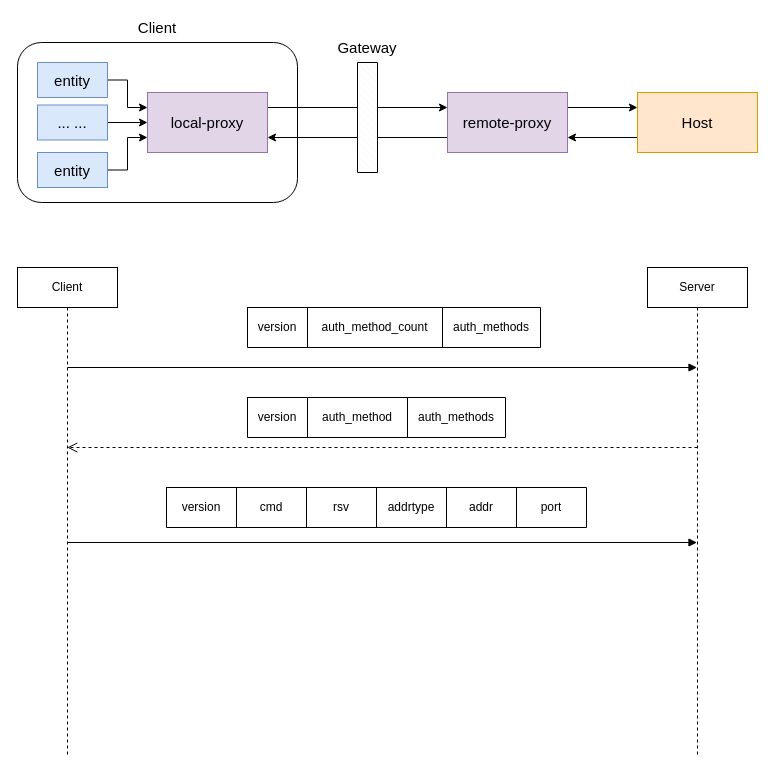
This is docs/socks5-proxy.drawio from ikey4u/relayer, a draw.io file, before an edit. Source tidied: cells renumbered, new cells numbered last; positions are measured from the earlier drawing's top-left corner, leaving out a move shared by most shapes. Both pictures are drawn from the tidied source at 100%, with x=0, y=0 at pixel (17, 17).
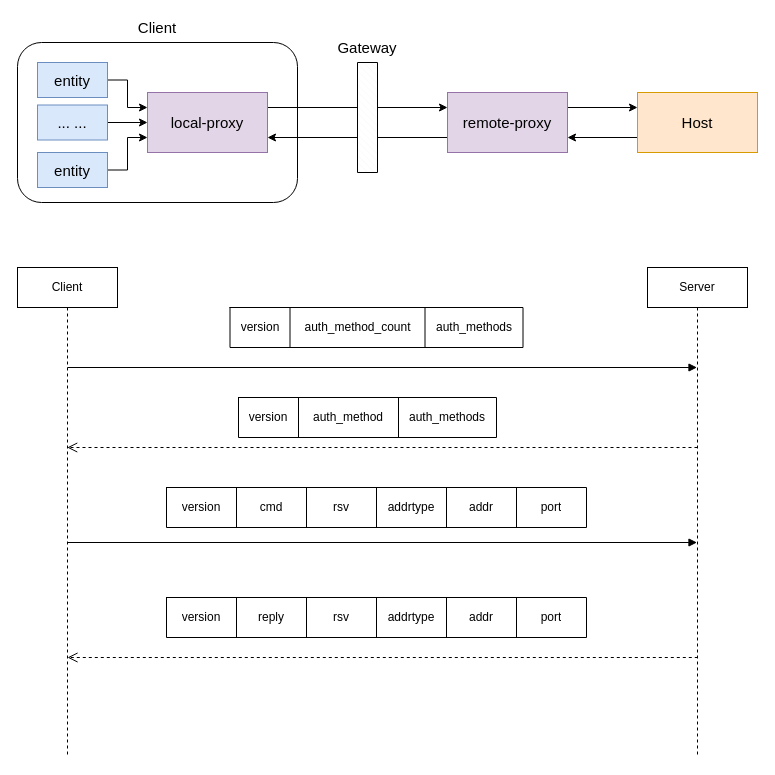
Above is the later version.

Diff of the diagram source:
```diff
@@
     <mxCell id="19" style="shape=table;html=1;whiteSpace=wrap;startSize=0;childLayout=tableLayout;fontFamily=Source Han Serif;" parent="1" vertex="1">
-      <mxGeometry x="230" y="290" width="293" height="40" as="geometry" />
+      <mxGeometry x="212.5" y="290" width="293" height="40" as="geometry" />
     </mxCell>
@@
     <mxCell id="24" style="shape=table;html=1;whiteSpace=wrap;startSize=0;childLayout=tableLayout;fontFamily=Source Han Serif;" parent="1" vertex="1">
-      <mxGeometry x="230" y="380" width="258" height="40" as="geometry" />
+      <mxGeometry x="221" y="380" width="258" height="40" as="geometry" />
     </mxCell>
@@
+    <mxCell id="42" style="shape=table;html=1;whiteSpace=wrap;startSize=0;childLayout=tableLayout;fontFamily=Source Han Serif;" parent="1" vertex="1">
+      <mxGeometry x="149" y="580" width="420" height="40" as="geometry" />
+    </mxCell>
+    <mxCell id="43" style="shape=partialRectangle;html=1;whiteSpace=wrap;fillColor=none;top=0;left=0;bottom=0;right=0;fontFamily=Source Han Serif;" parent="42" vertex="1">
+      <mxGeometry width="420" height="40" as="geometry" />
+    </mxCell>
+    <mxCell id="44" value="version" style="shape=partialRectangle;html=1;whiteSpace=wrap;overflow=hidden;fillColor=none;top=0;left=0;bottom=0;right=0;fontFamily=Source Han Serif;" parent="43" vertex="1">
+      <mxGeometry width="70" height="40" as="geometry" />
+    </mxCell>
+    <mxCell id="45" value="reply" style="shape=partialRectangle;html=1;whiteSpace=wrap;overflow=hidden;fillColor=none;top=0;left=0;bottom=0;right=0;fontFamily=Source Han Serif;" parent="43" vertex="1">
+      <mxGeometry x="70" width="70" height="40" as="geometry" />
+    </mxCell>
+    <mxCell id="46" value="rsv" style="shape=partialRectangle;html=1;whiteSpace=wrap;overflow=hidden;fillColor=none;top=0;left=0;bottom=0;right=0;fontFamily=Source Han Serif;" parent="43" vertex="1">
+      <mxGeometry x="140" width="70" height="40" as="geometry" />
+    </mxCell>
+    <mxCell id="47" value="addrtype" style="shape=partialRectangle;html=1;whiteSpace=wrap;overflow=hidden;fillColor=none;top=0;left=0;bottom=0;right=0;fontFamily=Source Han Serif;" parent="43" vertex="1">
+      <mxGeometry x="210" width="70" height="40" as="geometry" />
+    </mxCell>
+    <mxCell id="48" value="addr" style="shape=partialRectangle;html=1;whiteSpace=wrap;overflow=hidden;fillColor=none;top=0;left=0;bottom=0;right=0;fontFamily=Source Han Serif;" parent="43" vertex="1">
+      <mxGeometry x="280" width="70" height="40" as="geometry" />
+    </mxCell>
+    <mxCell id="49" value="port" style="shape=partialRectangle;html=1;whiteSpace=wrap;overflow=hidden;fillColor=none;top=0;left=0;bottom=0;right=0;fontFamily=Source Han Serif;" parent="43" vertex="1">
+      <mxGeometry x="350" width="70" height="40" as="geometry" />
+    </mxCell>
+    <mxCell id="50" style="html=1;verticalAlign=bottom;endArrow=open;dashed=1;endSize=8;fontFamily=Source Han Serif;" parent="1" edge="1">
+      <mxGeometry relative="1" as="geometry">
+        <mxPoint x="680.3" y="640" as="sourcePoint" />
+        <mxPoint x="50" y="640" as="targetPoint" />
+      </mxGeometry>
+    </mxCell>
```
